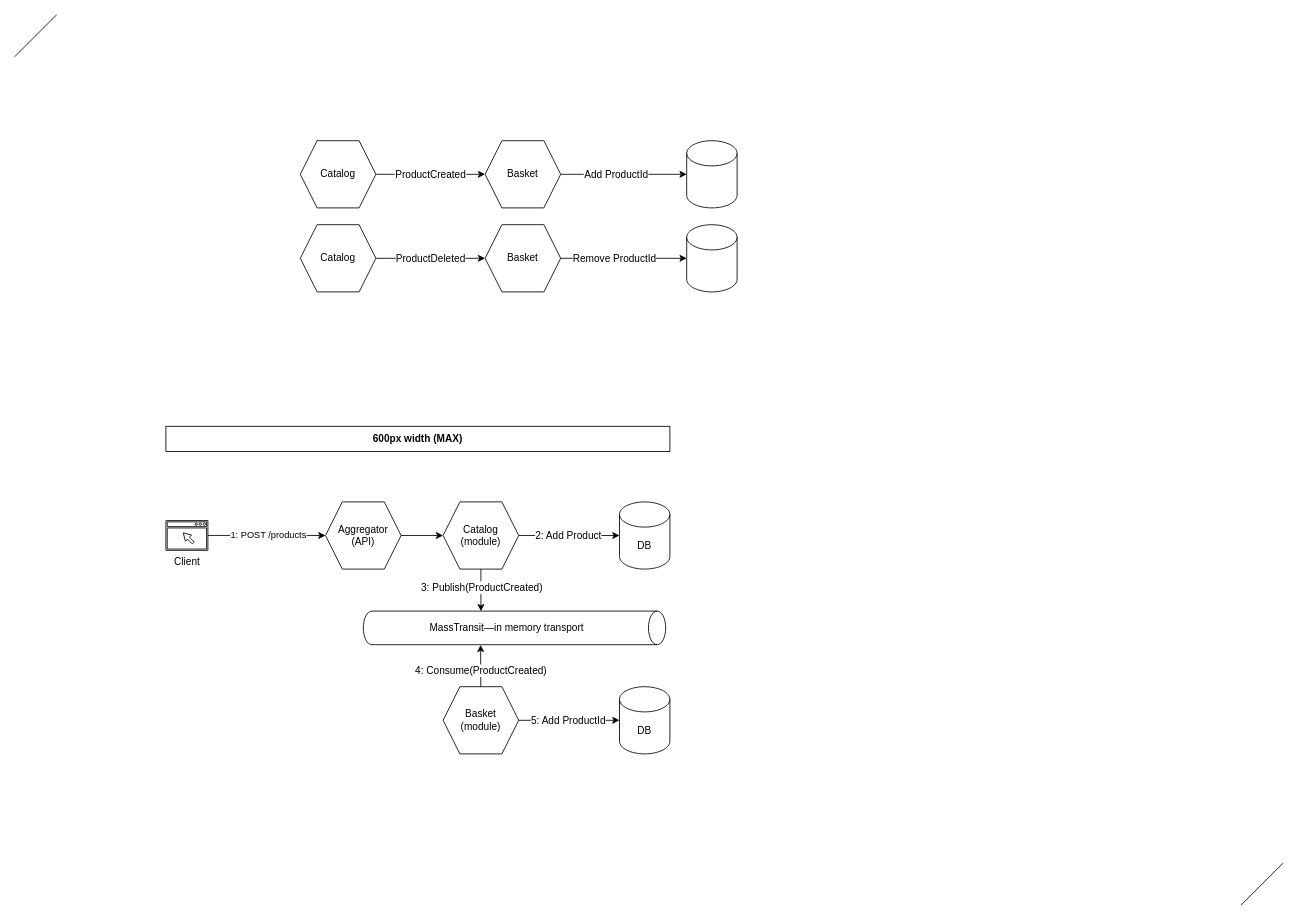
Above: page "Integration Events" (3 of 3) of Diagrams/Modular Monolith.drawio in PacktPublishing/Architecting-ASP.NET-Core-Applications-3E (draw.io), before the change. Source tidied: cells renumbered, new cells numbered last; positions are measured from the earlier drawing's top-left corner, leaving out a move shared by most shapes. Both pictures are drawn from the tidied source at 84%, with x=0, y=0 at pixel (14, 14).
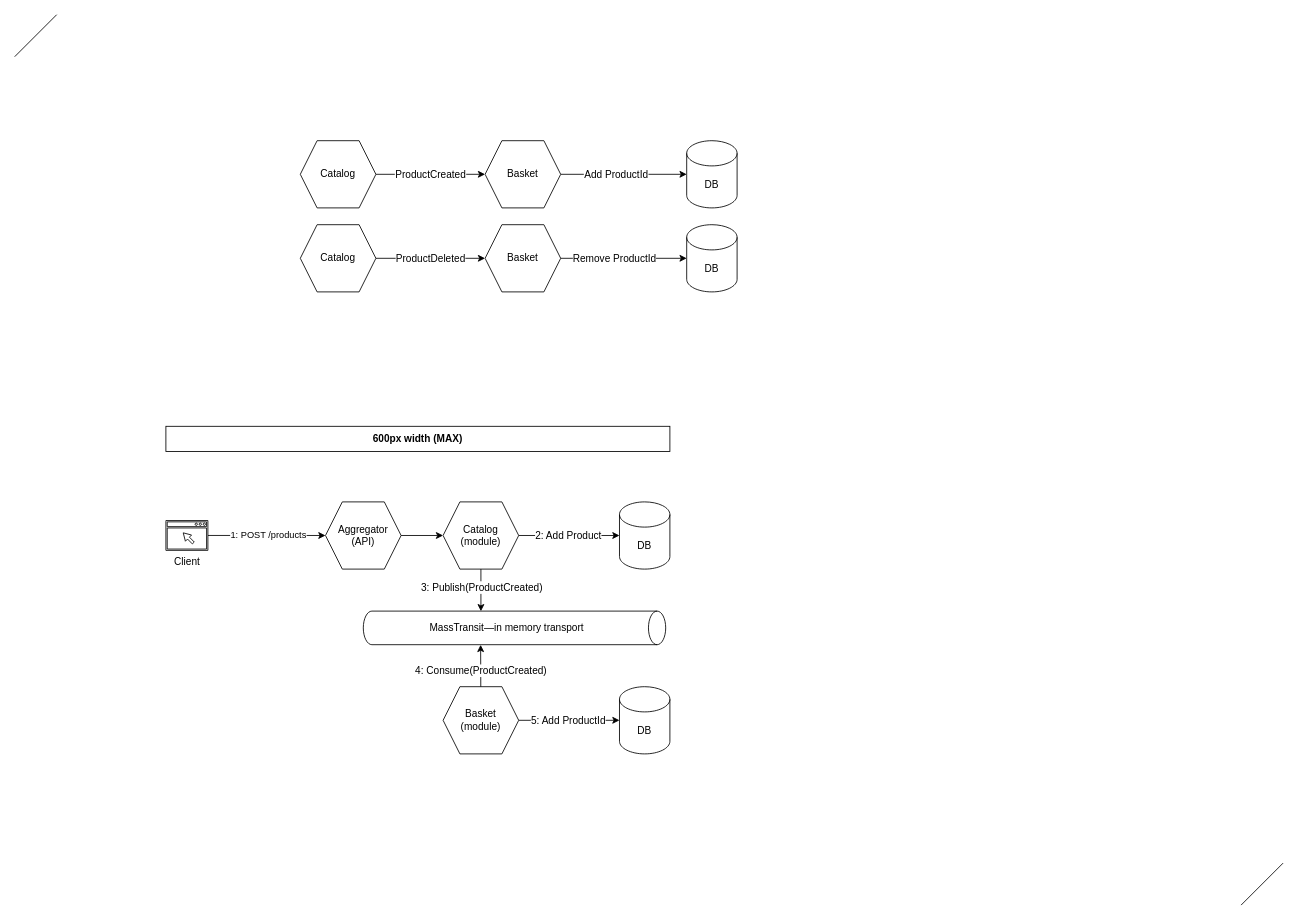
The same diagram, later.

What changed in the source:
```diff
@@
-    <mxCell id="12" style="shape=cylinder3;whiteSpace=wrap;html=1;boundedLbl=1;backgroundOutline=1;size=15;rounded=0;labelBackgroundColor=none;sketch=0;strokeColor=default;strokeWidth=1;fontSize=12;fillColor=default;" parent="1" vertex="1">
+    <mxCell id="12" value="DB" style="shape=cylinder3;whiteSpace=wrap;html=1;boundedLbl=1;backgroundOutline=1;size=15;rounded=0;labelBackgroundColor=none;sketch=0;strokeColor=default;strokeWidth=1;fontSize=12;fillColor=default;" parent="1" vertex="1">
       <mxGeometry x="800" y="150" width="60" height="80" as="geometry" />
     </mxCell>
@@
-    <mxCell id="15" style="shape=cylinder3;whiteSpace=wrap;html=1;boundedLbl=1;backgroundOutline=1;size=15;rounded=0;labelBackgroundColor=none;sketch=0;strokeColor=default;strokeWidth=1;fontSize=12;fillColor=default;" parent="1" vertex="1">
+    <mxCell id="15" value="DB" style="shape=cylinder3;whiteSpace=wrap;html=1;boundedLbl=1;backgroundOutline=1;size=15;rounded=0;labelBackgroundColor=none;sketch=0;strokeColor=default;strokeWidth=1;fontSize=12;fillColor=default;" parent="1" vertex="1">
       <mxGeometry x="800" y="250" width="60" height="80" as="geometry" />
     </mxCell>
```
